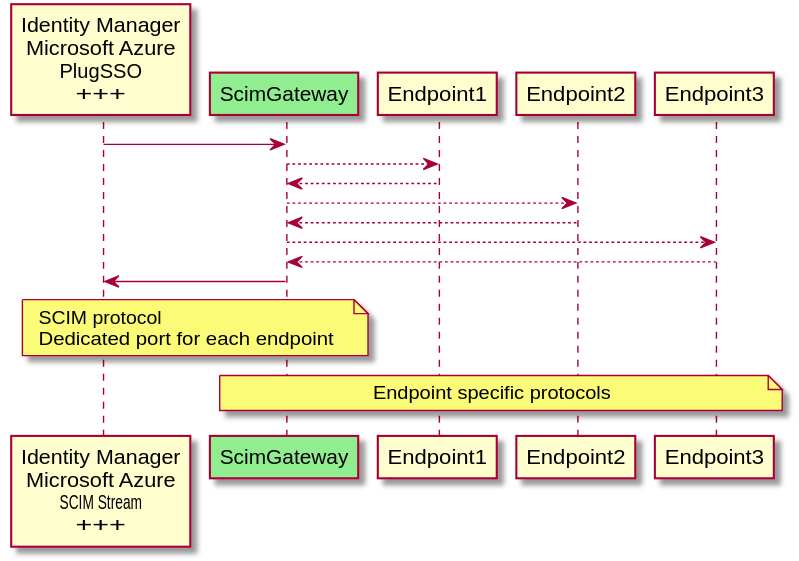
Above: images/ScimGateway.svg in jelhub/jelhub.github.io (PlantUML), before the change.
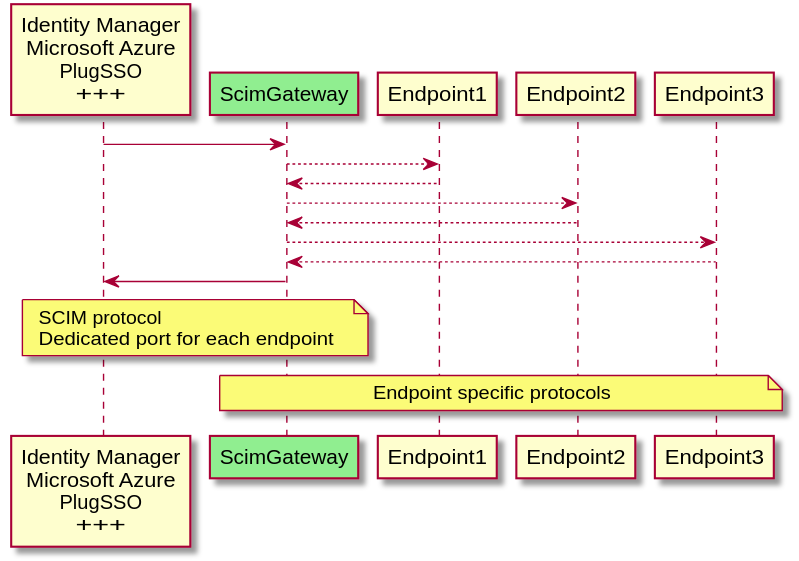
After the commit.

The edit, as a diff of the source:
```diff
@@ -1,5 +1,5 @@
 @startuml
-participant "Identity Manager\nMicrosoft Azure\nSCIM Stream\n+++" as P
+participant "Identity Manager\nMicrosoft Azure\nPlugSSO\n+++" as P
 participant ScimGateway #lightgreen
 P -> ScimGateway :
 ScimGateway --> Endpoint1:
```
